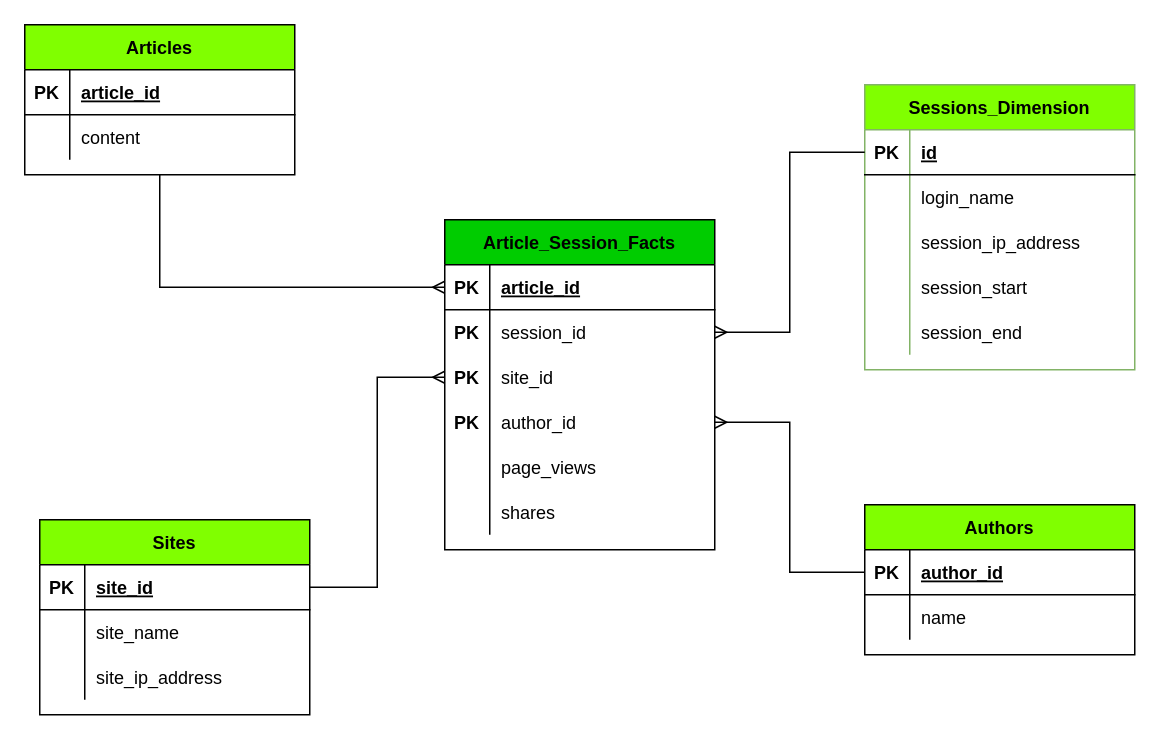
Before: docs/presentations/dimensional_modeling-pt2/images/SitesAndArticlesStarSchema.drawio in chipzx92/DataEngineeringI320, a draw.io diagram. Source tidied: cells renumbered, new cells numbered last; positions are measured from the earlier drawing's top-left corner, leaving out a move shared by most shapes. Both pictures are drawn from the tidied source at 150%, with x=0, y=0 at pixel (24, 24).
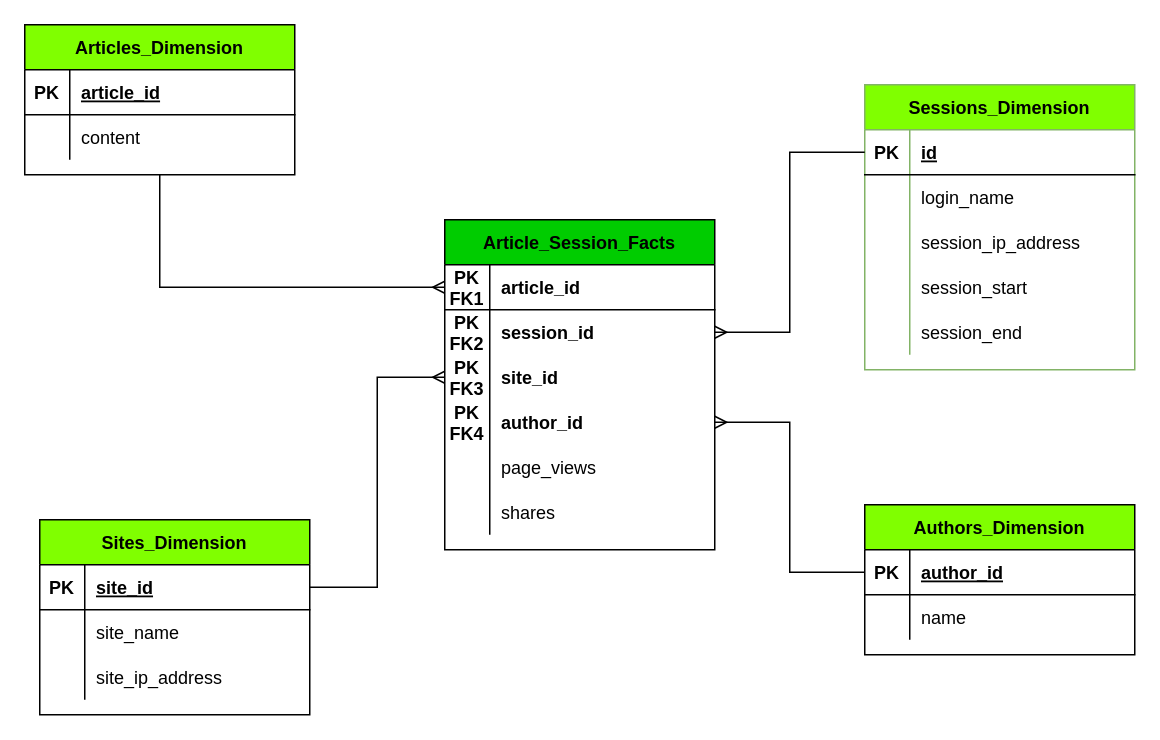
Above is the later version.

Unchanged cells that the change refers to:
```xml
<mxCell id="43" value="Article_Session_Facts" style="shape=table;startSize=30;childLayout=tableLayout;rowLines=0;fontStyle=1;align=center;fillColor=#00CC00;" parent="1" vertex="1">
  <mxGeometry x="280" y="130" width="180" height="220" as="geometry" />
</mxCell>
<mxCell id="47" style="shape=tableRow;horizontal=0;startSize=0;swimlaneHead=0;swimlaneBody=0;fillColor=none;points=[[0,0.5],[1,0.5]];portConstraint=eastwest;top=0;left=0;right=0;bottom=0;" parent="43" vertex="1">
  <mxGeometry y="60" width="180" height="30" as="geometry" />
</mxCell>
<mxCell id="50" style="shape=tableRow;horizontal=0;startSize=0;swimlaneHead=0;swimlaneBody=0;fillColor=none;points=[[0,0.5],[1,0.5]];portConstraint=eastwest;top=0;left=0;right=0;bottom=0;" parent="43" vertex="1">
  <mxGeometry y="90" width="180" height="30" as="geometry" />
</mxCell>
<mxCell id="53" style="shape=tableRow;horizontal=0;startSize=0;swimlaneHead=0;swimlaneBody=0;fillColor=none;points=[[0,0.5],[1,0.5]];portConstraint=eastwest;top=0;left=0;right=0;bottom=0;" parent="43" vertex="1">
  <mxGeometry y="120" width="180" height="30" as="geometry" />
</mxCell>
```

The edit, as a diff of the source:
```diff
@@
-    <mxCell id="2" value="Sites" style="shape=table;startSize=30;childLayout=tableLayout;rowLines=0;fontStyle=1;align=center;fillColor=#80FF00;" parent="1" vertex="1">
+    <mxCell id="2" value="Sites_Dimension" style="shape=table;startSize=30;childLayout=tableLayout;rowLines=0;fontStyle=1;align=center;fillColor=#80FF00;" parent="1" vertex="1">
       <mxGeometry x="10" y="330" width="180" height="130" as="geometry" />
     </mxCell>
@@
-    <mxCell id="13" value="Articles" style="shape=table;startSize=30;childLayout=tableLayout;rowLines=0;fontStyle=1;align=center;fillColor=#80FF00;" parent="1" vertex="1">
+    <mxCell id="13" value="Articles_Dimension" style="shape=table;startSize=30;childLayout=tableLayout;rowLines=0;fontStyle=1;align=center;fillColor=#80FF00;" parent="1" vertex="1">
       <mxGeometry width="180" height="100" as="geometry" />
     </mxCell>
@@
-    <mxCell id="20" value="Authors" style="shape=table;startSize=30;childLayout=tableLayout;rowLines=0;fontStyle=1;align=center;fillColor=#80FF00;" parent="1" vertex="1">
+    <mxCell id="20" value="Authors_Dimension" style="shape=table;startSize=30;childLayout=tableLayout;rowLines=0;fontStyle=1;align=center;fillColor=#80FF00;" parent="1" vertex="1">
       <mxGeometry x="560" y="320" width="180" height="100" as="geometry" />
     </mxCell>
@@
-    <mxCell id="44" style="shape=tableRow;horizontal=0;startSize=0;swimlaneHead=0;swimlaneBody=0;fillColor=none;points=[[0,0.5],[1,0.5]];portConstraint=eastwest;top=0;left=0;right=0;bottom=1;" parent="43" vertex="1">
+    <mxCell id="44" style="shape=tableRow;horizontal=0;startSize=0;swimlaneHead=0;swimlaneBody=0;fillColor=none;points=[[0,0.5],[1,0.5]];portConstraint=eastwest;top=0;left=0;right=0;bottom=1;strokeColor=default;" parent="43" vertex="1">
       <mxGeometry y="30" width="180" height="30" as="geometry" />
     </mxCell>
-    <mxCell id="45" value="PK" style="shape=partialRectangle;fillColor=none;top=0;left=0;bottom=0;right=0;fontStyle=1;overflow=hidden;" parent="44" vertex="1">
+    <mxCell id="45" value="PK&#10;FK1" style="shape=partialRectangle;fillColor=none;top=0;left=0;bottom=0;right=0;fontStyle=1;overflow=hidden;" parent="44" vertex="1">
       <mxGeometry width="30" height="30" as="geometry" />
     </mxCell>
-    <mxCell id="46" value="article_id" style="shape=partialRectangle;fillColor=none;top=0;left=0;bottom=0;right=0;align=left;spacingLeft=6;fontStyle=5;overflow=hidden;" parent="44" vertex="1">
+    <mxCell id="46" value="article_id" style="shape=partialRectangle;fillColor=none;top=0;left=0;bottom=0;right=0;align=left;spacingLeft=6;fontStyle=1;overflow=hidden;" parent="44" vertex="1">
       <mxGeometry x="30" width="150" height="30" as="geometry" />
     </mxCell>
@@
-    <mxCell id="48" value="PK" style="shape=partialRectangle;fillColor=none;top=0;left=0;bottom=0;right=0;overflow=hidden;fontStyle=1;" parent="47" vertex="1">
+    <mxCell id="48" value="PK&#10;FK2" style="shape=partialRectangle;fillColor=none;top=0;left=0;bottom=0;right=0;overflow=hidden;fontStyle=1;" parent="47" vertex="1">
       <mxGeometry width="30" height="30" as="geometry" />
     </mxCell>
-    <mxCell id="49" value="session_id" style="shape=partialRectangle;fillColor=none;top=0;left=0;bottom=0;right=0;align=left;spacingLeft=6;overflow=hidden;" parent="47" vertex="1">
+    <mxCell id="49" value="session_id" style="shape=partialRectangle;fillColor=none;top=0;left=0;bottom=0;right=0;align=left;spacingLeft=6;overflow=hidden;fontStyle=1;" parent="47" vertex="1">
       <mxGeometry x="30" width="150" height="30" as="geometry" />
     </mxCell>
@@
-    <mxCell id="51" value="PK" style="shape=partialRectangle;fillColor=none;top=0;left=0;bottom=0;right=0;overflow=hidden;fontStyle=1;" parent="50" vertex="1">
+    <mxCell id="51" value="PK&#10;FK3" style="shape=partialRectangle;fillColor=none;top=0;left=0;bottom=0;right=0;overflow=hidden;fontStyle=1;" parent="50" vertex="1">
       <mxGeometry width="30" height="30" as="geometry" />
     </mxCell>
-    <mxCell id="52" value="site_id" style="shape=partialRectangle;fillColor=none;top=0;left=0;bottom=0;right=0;align=left;spacingLeft=6;overflow=hidden;" parent="50" vertex="1">
+    <mxCell id="52" value="site_id" style="shape=partialRectangle;fillColor=none;top=0;left=0;bottom=0;right=0;align=left;spacingLeft=6;overflow=hidden;fontStyle=1;" parent="50" vertex="1">
       <mxGeometry x="30" width="150" height="30" as="geometry" />
     </mxCell>
@@
-    <mxCell id="54" value="PK" style="shape=partialRectangle;fillColor=none;top=0;left=0;bottom=0;right=0;overflow=hidden;fontStyle=1;" parent="53" vertex="1">
+    <mxCell id="54" value="PK&#10;FK4" style="shape=partialRectangle;fillColor=none;top=0;left=0;bottom=0;right=0;overflow=hidden;fontStyle=1;" parent="53" vertex="1">
       <mxGeometry width="30" height="30" as="geometry" />
     </mxCell>
-    <mxCell id="55" value="author_id" style="shape=partialRectangle;fillColor=none;top=0;left=0;bottom=0;right=0;align=left;spacingLeft=6;overflow=hidden;" parent="53" vertex="1">
+    <mxCell id="55" value="author_id" style="shape=partialRectangle;fillColor=none;top=0;left=0;bottom=0;right=0;align=left;spacingLeft=6;overflow=hidden;fontStyle=1;" parent="53" vertex="1">
       <mxGeometry x="30" width="150" height="30" as="geometry" />
     </mxCell>
-    <mxCell id="56" style="shape=tableRow;horizontal=0;startSize=0;swimlaneHead=0;swimlaneBody=0;fillColor=none;top=0;left=0;right=0;bottom=0;" parent="43" vertex="1">
+    <mxCell id="56" style="shape=tableRow;horizontal=0;startSize=0;swimlaneHead=0;swimlaneBody=0;fillColor=none;top=0;left=0;right=0;bottom=0;strokeColor=default;" parent="43" vertex="1">
       <mxGeometry y="150" width="180" height="30" as="geometry" />
     </mxCell>
```
